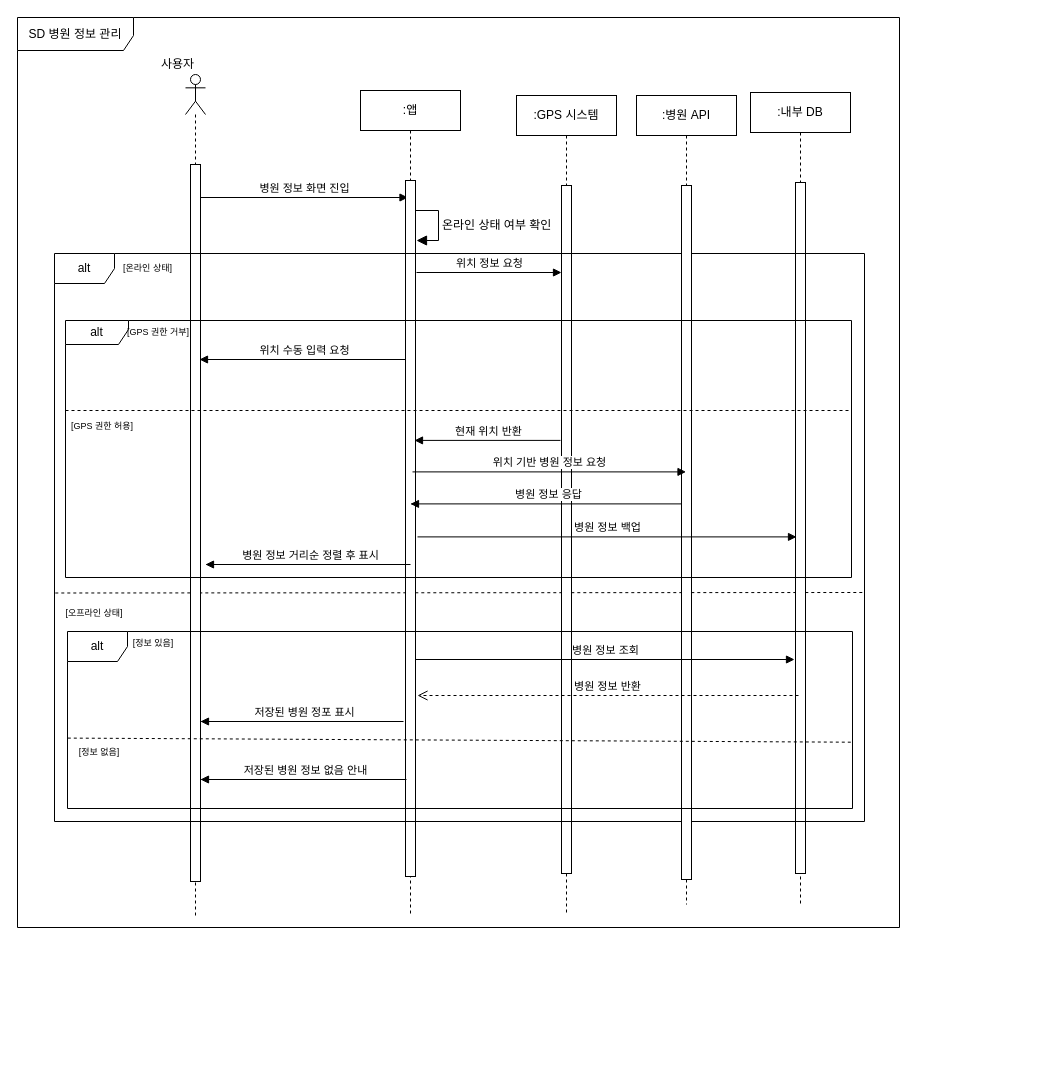
The draw.io diagram page "병원 정보 관리" (5 of 8) of sd.drawio in wnthsk/sejujun, before the edit. Source tidied: cells renumbered, new cells numbered last; positions are measured from the earlier drawing's top-left corner, leaving out a move shared by most shapes. Both pictures are drawn from the tidied source at 100%, with x=0, y=0 at pixel (17, 17).
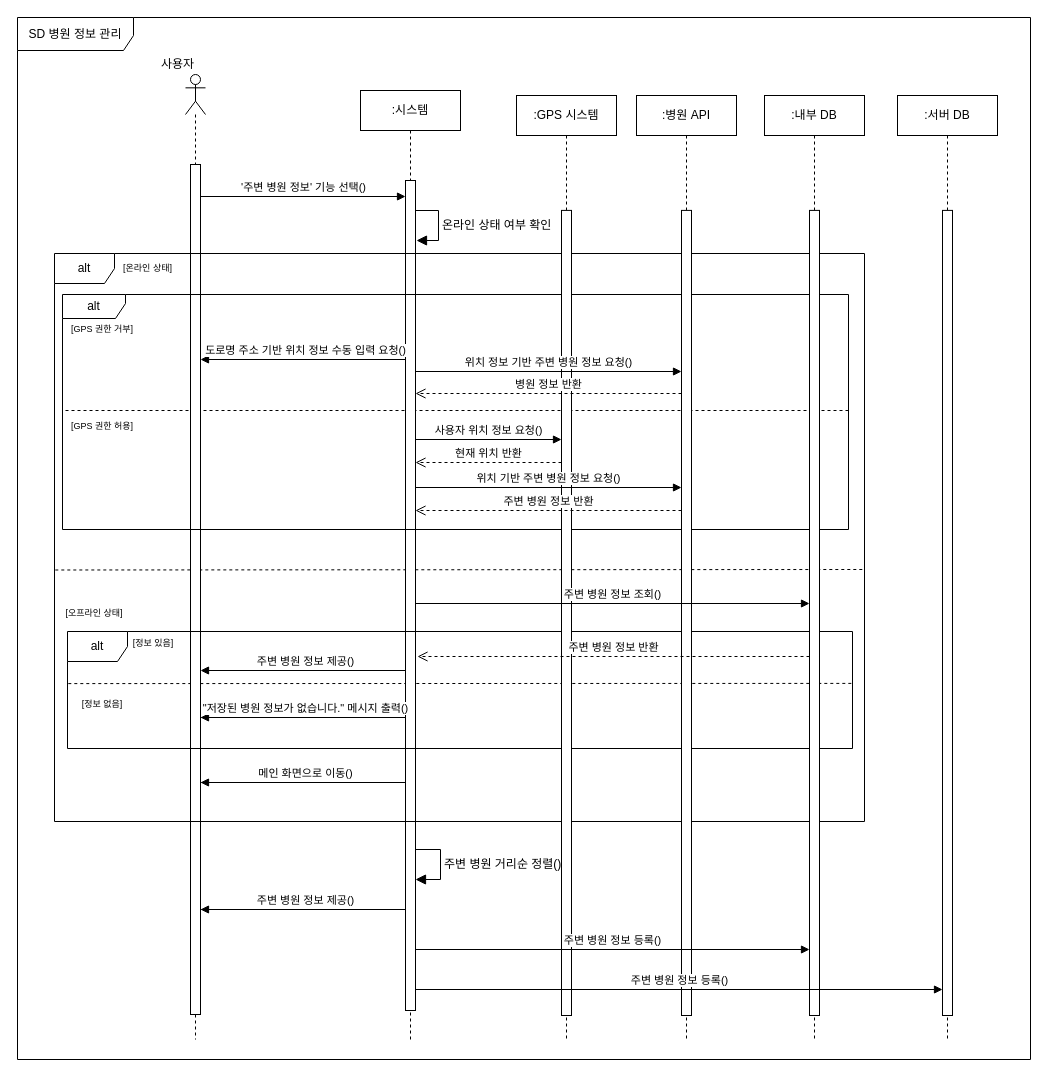
The same diagram, later.

What changed in the source:
```diff
@@
+    <mxCell id="34" style="endArrow=none;dashed=1;html=1;rounded=0;entryX=1;entryY=0.393;entryDx=0;entryDy=0;entryPerimeter=0;" parent="1" edge="1">
+      <mxGeometry relative="1" as="geometry">
+        <mxPoint x="48" y="393" as="sourcePoint" />
+        <mxPoint x="831.2" y="393" as="targetPoint" />
+      </mxGeometry>
+    </mxCell>
+    <mxCell id="28" style="endArrow=none;dashed=1;html=1;rounded=0;exitX=0.001;exitY=0.3;exitDx=0;exitDy=0;exitPerimeter=0;entryX=1;entryY=0.298;entryDx=0;entryDy=0;entryPerimeter=0;" parent="1" edge="1">
+      <mxGeometry relative="1" as="geometry">
+        <mxPoint x="50.8" y="666.1" as="sourcePoint" />
+        <mxPoint x="835" y="665.9" as="targetPoint" />
+      </mxGeometry>
+    </mxCell>
     <mxCell id="2" value="SD 병원 정보 관리" style="shape=umlFrame;whiteSpace=wrap;html=1;width=116;height=33;" parent="1" vertex="1">
-      <mxGeometry width="882" height="910" as="geometry" />
+      <mxGeometry width="1013" height="1042" as="geometry" />
     </mxCell>
@@
-    <mxCell id="4" value="병원 정보 화면 진입" style="html=1;verticalAlign=bottom;endArrow=block;curved=0;rounded=0;" parent="1" edge="1" source="11">
+    <mxCell id="4" value="&lt;br&gt;&lt;div&gt;'주변 병원 정보' 기능 선택()&lt;/div&gt;" style="html=1;verticalAlign=bottom;endArrow=block;curved=0;rounded=0;entryX=0;entryY=0;entryDx=0;entryDy=5;entryPerimeter=0;" parent="1" edge="1">
       <mxGeometry relative="1" as="geometry">
-        <mxPoint x="390.5" y="180" as="targetPoint" />
+        <mxPoint x="183" y="179" as="sourcePoint" />
+        <mxPoint x="388" y="179" as="targetPoint" />
       </mxGeometry>
     </mxCell>
     <mxCell id="5" style="endArrow=none;dashed=1;html=1;rounded=0;exitX=0.001;exitY=0.394;exitDx=0;exitDy=0;exitPerimeter=0;entryX=1;entryY=0.393;entryDx=0;entryDy=0;entryPerimeter=0;" parent="1" edge="1">
       <mxGeometry relative="1" as="geometry">
-        <mxPoint x="37.8" y="575.5" as="sourcePoint" />
-        <mxPoint x="847" y="575" as="targetPoint" />
+        <mxPoint x="37.8" y="552.5" as="sourcePoint" />
+        <mxPoint x="847" y="552" as="targetPoint" />
       </mxGeometry>
     </mxCell>
@@
-    <mxCell id="7" value=":앱" style="shape=umlLifeline;perimeter=lifelinePerimeter;whiteSpace=wrap;html=1;newEdgeStyle={&quot;curved&quot;:0,&quot;rounded&quot;:0};" parent="1" vertex="1">
-      <mxGeometry x="343" y="73" width="100" height="823" as="geometry" />
+    <mxCell id="7" value=":시스템" style="shape=umlLifeline;perimeter=lifelinePerimeter;whiteSpace=wrap;html=1;newEdgeStyle={&quot;curved&quot;:0,&quot;rounded&quot;:0};" parent="1" vertex="1">
+      <mxGeometry x="343" y="73" width="100" height="949" as="geometry" />
     </mxCell>
     <mxCell id="8" style="html=1;points=[[0,0,0,0,5],[0,1,0,0,-5],[1,0,0,0,5],[1,1,0,0,-5]];perimeter=orthogonalPerimeter;outlineConnect=0;targetShapes=umlLifeline;portConstraint=eastwest;newEdgeStyle={&quot;curved&quot;:0,&quot;rounded&quot;:0};" parent="7" vertex="1">
-      <mxGeometry x="45" y="90" width="10" height="696" as="geometry" />
+      <mxGeometry x="45" y="90" width="10" height="830" as="geometry" />
     </mxCell>
@@
+    <mxCell id="39" value="주변 병원 거리순 정렬()" style="html=1;align=left;spacingLeft=2;endArrow=block;rounded=0;edgeStyle=orthogonalEdgeStyle;curved=0;rounded=0;fontSize=12;startSize=8;endSize=8;" parent="7" edge="1" source="8" target="8">
+      <mxGeometry relative="1" as="geometry">
+        <Array as="points">
+          <mxPoint x="80" y="759" />
+          <mxPoint x="80" y="789" />
+        </Array>
+      </mxGeometry>
+    </mxCell>
     <mxCell id="10" style="shape=umlLifeline;perimeter=lifelinePerimeter;whiteSpace=wrap;html=1;newEdgeStyle={&quot;curved&quot;:0,&quot;rounded&quot;:0};participant=umlActor;size=40;" parent="1" vertex="1">
-      <mxGeometry x="168" y="57" width="20" height="842" as="geometry" />
+      <mxGeometry x="168" y="57" width="20" height="965" as="geometry" />
     </mxCell>
     <mxCell id="11" style="html=1;points=[[0,0,0,0,5],[0,1,0,0,-5],[1,0,0,0,5],[1,1,0,0,-5]];perimeter=orthogonalPerimeter;outlineConnect=0;targetShapes=umlLifeline;portConstraint=eastwest;newEdgeStyle={&quot;curved&quot;:0,&quot;rounded&quot;:0};" parent="10" vertex="1">
-      <mxGeometry x="5" y="90" width="10" height="717" as="geometry" />
+      <mxGeometry x="5" y="90" width="10" height="850" as="geometry" />
     </mxCell>
-    <mxCell id="12" value=":GPS 시스템" style="shape=umlLifeline;perimeter=lifelinePerimeter;whiteSpace=wrap;html=1;newEdgeStyle={&quot;curved&quot;:0,&quot;rounded&quot;:0};" parent="1" vertex="1">
-      <mxGeometry x="499" y="78" width="100" height="818" as="geometry" />
-    </mxCell>
-    <mxCell id="13" style="html=1;points=[[0,0,0,0,5],[0,1,0,0,-5],[1,0,0,0,5],[1,1,0,0,-5]];perimeter=orthogonalPerimeter;outlineConnect=0;targetShapes=umlLifeline;portConstraint=eastwest;newEdgeStyle={&quot;curved&quot;:0,&quot;rounded&quot;:0};" parent="12" vertex="1">
-      <mxGeometry x="45" y="90" width="10" height="688" as="geometry" />
-    </mxCell>
-    <mxCell id="14" value=":내부 DB" style="shape=umlLifeline;perimeter=lifelinePerimeter;whiteSpace=wrap;html=1;newEdgeStyle={&quot;curved&quot;:0,&quot;rounded&quot;:0};" parent="1" vertex="1">
-      <mxGeometry x="733" y="75" width="100" height="814" as="geometry" />
-    </mxCell>
-    <mxCell id="15" style="html=1;points=[[0,0,0,0,5],[0,1,0,0,-5],[1,0,0,0,5],[1,1,0,0,-5]];perimeter=orthogonalPerimeter;outlineConnect=0;targetShapes=umlLifeline;portConstraint=eastwest;newEdgeStyle={&quot;curved&quot;:0,&quot;rounded&quot;:0};" parent="14" vertex="1">
-      <mxGeometry x="45" y="90" width="10" height="691" as="geometry" />
-    </mxCell>
@@
-    <mxCell id="17" value=":병원 API" style="shape=umlLifeline;perimeter=lifelinePerimeter;whiteSpace=wrap;html=1;newEdgeStyle={&quot;curved&quot;:0,&quot;rounded&quot;:0};" parent="1" vertex="1">
-      <mxGeometry x="619" y="78" width="100" height="809" as="geometry" />
-    </mxCell>
-    <mxCell id="18" style="html=1;perimeter=orthogonalPerimeter;targetShapes=umlLifeline;newEdgeStyle={&quot;curved&quot;:0,&quot;rounded&quot;:0};" parent="17" vertex="1">
-      <mxGeometry x="45" y="90" width="10" height="694" as="geometry" />
-    </mxCell>
-    <mxCell id="19" value="위치 정보 요청" style="html=1;verticalAlign=bottom;endArrow=block;curved=0;rounded=0;" parent="1" edge="1" target="13">
-      <mxGeometry relative="1" as="geometry">
-        <mxPoint x="399" y="255" as="sourcePoint" />
-      </mxGeometry>
-    </mxCell>
-    <mxCell id="20" value="현재 위치 반환" style="html=1;verticalAlign=bottom;endArrow=block;curved=0;rounded=0;" parent="1" edge="1">
-      <mxGeometry x="-0.02" relative="1" as="geometry">
-        <mxPoint x="543" y="422.9" as="sourcePoint" />
-        <mxPoint x="397" y="422.9" as="targetPoint" />
-      </mxGeometry>
-    </mxCell>
-    <mxCell id="21" value="위치 기반 병원 정보 요청" style="html=1;verticalAlign=bottom;endArrow=block;curved=0;rounded=0;" parent="1" edge="1">
-      <mxGeometry relative="1" as="geometry">
-        <mxPoint x="395" y="454.4" as="sourcePoint" />
-        <mxPoint x="668.5" y="454.4" as="targetPoint" />
-      </mxGeometry>
-    </mxCell>
-    <mxCell id="22" value="병원 정보 응답" style="html=1;verticalAlign=bottom;endArrow=block;curved=0;rounded=0;" parent="1" edge="1">
-      <mxGeometry x="-0.02" relative="1" as="geometry">
-        <mxPoint x="663.5" y="486.4" as="sourcePoint" />
-        <mxPoint x="393" y="486.4" as="targetPoint" />
-        <Array as="points">
-          <mxPoint x="394" y="486.4" />
-        </Array>
-      </mxGeometry>
-    </mxCell>
-    <mxCell id="23" value="병원 정보 거리순 정렬 후 표시" style="html=1;verticalAlign=bottom;endArrow=block;curved=0;rounded=0;" parent="1" edge="1">
+    <mxCell id="23" value="주변 병원 정보 제공()" style="html=1;verticalAlign=bottom;endArrow=block;curved=0;rounded=0;" parent="1" edge="1">
       <mxGeometry x="-0.02" relative="1" as="geometry">
-        <mxPoint x="393" y="547" as="sourcePoint" />
-        <mxPoint x="188" y="547" as="targetPoint" />
+        <mxPoint x="388" y="892" as="sourcePoint" />
+        <mxPoint x="183" y="892" as="targetPoint" />
         <Array as="points">
-          <mxPoint x="189" y="547" />
+          <mxPoint x="184" y="892" />
         </Array>
       </mxGeometry>
     </mxCell>
-    <mxCell id="24" value="병원 정보 백업" style="html=1;verticalAlign=bottom;endArrow=block;curved=0;rounded=0;" parent="1" edge="1">
-      <mxGeometry relative="1" as="geometry">
-        <mxPoint x="400" y="519.4" as="sourcePoint" />
-        <mxPoint x="779" y="519.4" as="targetPoint" />
-      </mxGeometry>
-    </mxCell>
@@
     <mxCell id="26" value="alt" style="shape=umlFrame;whiteSpace=wrap;html=1;" parent="1" vertex="1">
-      <mxGeometry x="50" y="614" width="785" height="177" as="geometry" />
+      <mxGeometry x="50" y="614" width="785" height="117" as="geometry" />
     </mxCell>
-    <mxCell id="27" value="저장된 병원 정포 표시" style="html=1;verticalAlign=bottom;endArrow=block;curved=0;rounded=0;" parent="1" edge="1">
-      <mxGeometry x="-0.02" relative="1" as="geometry">
-        <mxPoint x="386" y="704" as="sourcePoint" />
-        <mxPoint x="183" y="704" as="targetPoint" />
-        <Array as="points">
-          <mxPoint x="184" y="704" />
-        </Array>
-      </mxGeometry>
-    </mxCell>
-    <mxCell id="28" style="endArrow=none;dashed=1;html=1;rounded=0;exitX=0.008;exitY=0.512;exitDx=0;exitDy=0;exitPerimeter=0;entryX=1.008;entryY=0.535;entryDx=0;entryDy=0;entryPerimeter=0;" parent="1" edge="1">
-      <mxGeometry relative="1" as="geometry">
-        <mxPoint x="50.3" y="720.6" as="sourcePoint" />
-        <mxPoint x="835.3" y="724.7" as="targetPoint" />
-      </mxGeometry>
-    </mxCell>
-    <mxCell id="29" value="저장된 병원 정보 없음 안내" style="html=1;verticalAlign=bottom;endArrow=block;curved=0;rounded=0;" parent="1" edge="1">
+    <mxCell id="29" value="&quot;저장된 병원 정보가 없습니다.&quot; 메시지 출력()" style="html=1;verticalAlign=bottom;endArrow=block;curved=0;rounded=0;" parent="1" edge="1" source="8" target="11">
       <mxGeometry x="-0.02" relative="1" as="geometry">
-        <mxPoint x="389" y="762" as="sourcePoint" />
-        <mxPoint x="183" y="762" as="targetPoint" />
         <Array as="points">
-          <mxPoint x="184" y="762" />
+          <mxPoint x="184" y="700" />
         </Array>
       </mxGeometry>
     </mxCell>
@@
     <mxCell id="31" value="[정보 없음]" style="text;html=1;align=center;verticalAlign=middle;whiteSpace=wrap;rounded=0;fontSize=9;" parent="1" vertex="1">
-      <mxGeometry x="50" y="720" width="64" height="30" as="geometry" />
+      <mxGeometry x="53" y="672" width="64" height="30" as="geometry" />
     </mxCell>
     <mxCell id="32" value="alt" style="shape=umlFrame;whiteSpace=wrap;html=1;width=63;height=24;" parent="1" vertex="1">
-      <mxGeometry x="48" y="303" width="786" height="257" as="geometry" />
+      <mxGeometry x="45" y="277" width="786" height="235" as="geometry" />
     </mxCell>
-    <mxCell id="33" value="위치 수동 입력 요청" style="html=1;verticalAlign=bottom;endArrow=block;curved=0;rounded=0;" parent="1" edge="1">
+    <mxCell id="33" value="도로명 주소 기반 위치 정보 수동 입력 요청()" style="html=1;verticalAlign=bottom;endArrow=block;curved=0;rounded=0;" parent="1" edge="1" target="11">
       <mxGeometry x="-0.02" relative="1" as="geometry">
         <mxPoint x="388" y="342" as="sourcePoint" />
-        <mxPoint x="182" y="342" as="targetPoint" />
         <Array as="points">
           <mxPoint x="183" y="342" />
         </Array>
       </mxGeometry>
     </mxCell>
-    <mxCell id="34" style="endArrow=none;dashed=1;html=1;rounded=0;entryX=1;entryY=0.393;entryDx=0;entryDy=0;entryPerimeter=0;" parent="1" edge="1">
-      <mxGeometry relative="1" as="geometry">
-        <mxPoint x="48" y="393" as="sourcePoint" />
-        <mxPoint x="831.2" y="393" as="targetPoint" />
-      </mxGeometry>
-    </mxCell>
     <mxCell id="35" value="[GPS 권한 거부]" style="text;html=1;align=center;verticalAlign=middle;whiteSpace=wrap;rounded=0;fontSize=9;" parent="1" vertex="1">
-      <mxGeometry x="104" y="300" width="74" height="30" as="geometry" />
+      <mxGeometry x="48" y="297" width="74" height="30" as="geometry" />
     </mxCell>
@@
+    <mxCell id="40" value="사용자 위치 정보 요청()" style="html=1;verticalAlign=bottom;endArrow=block;curved=0;rounded=0;" parent="1" edge="1">
+      <mxGeometry relative="1" as="geometry">
+        <mxPoint x="398" y="422" as="sourcePoint" />
+        <mxPoint x="544" y="422" as="targetPoint" />
+      </mxGeometry>
+    </mxCell>
+    <mxCell id="20" value="현재 위치 반환" style="html=1;verticalAlign=bottom;endArrow=open;dashed=1;endSize=8;curved=0;rounded=0;" parent="1" edge="1">
+      <mxGeometry relative="1" as="geometry">
+        <mxPoint x="544" y="445" as="sourcePoint" />
+        <mxPoint x="398" y="445" as="targetPoint" />
+      </mxGeometry>
+    </mxCell>
+    <mxCell id="41" value="메인 화면으로 이동()" style="html=1;verticalAlign=bottom;endArrow=block;curved=0;rounded=0;" parent="1" edge="1" source="8">
+      <mxGeometry x="-0.02" relative="1" as="geometry">
+        <mxPoint x="183" y="765" as="targetPoint" />
+        <Array as="points">
+          <mxPoint x="184" y="765" />
+        </Array>
+      </mxGeometry>
+    </mxCell>
+    <mxCell id="42" value="주변 병원 정보 제공()" style="html=1;verticalAlign=bottom;endArrow=block;curved=0;rounded=0;" parent="1" edge="1">
+      <mxGeometry x="-0.02" relative="1" as="geometry">
+        <mxPoint x="388" y="653" as="sourcePoint" />
+        <mxPoint x="183" y="653" as="targetPoint" />
+        <Array as="points">
+          <mxPoint x="183" y="653" />
+        </Array>
+      </mxGeometry>
+    </mxCell>
+    <mxCell id="12" value=":GPS 시스템" style="shape=umlLifeline;perimeter=lifelinePerimeter;whiteSpace=wrap;html=1;newEdgeStyle={&quot;curved&quot;:0,&quot;rounded&quot;:0};" parent="1" vertex="1">
+      <mxGeometry x="499" y="78" width="100" height="944" as="geometry" />
+    </mxCell>
+    <mxCell id="13" style="html=1;points=[[0,0,0,0,5],[0,1,0,0,-5],[1,0,0,0,5],[1,1,0,0,-5]];perimeter=orthogonalPerimeter;outlineConnect=0;targetShapes=umlLifeline;portConstraint=eastwest;newEdgeStyle={&quot;curved&quot;:0,&quot;rounded&quot;:0};" parent="12" vertex="1">
+      <mxGeometry x="45" y="114.9" width="10" height="805.1" as="geometry" />
+    </mxCell>
+    <mxCell id="14" value=":내부 DB" style="shape=umlLifeline;perimeter=lifelinePerimeter;whiteSpace=wrap;html=1;newEdgeStyle={&quot;curved&quot;:0,&quot;rounded&quot;:0};" parent="1" vertex="1">
+      <mxGeometry x="747" y="78" width="100" height="944" as="geometry" />
+    </mxCell>
+    <mxCell id="15" style="html=1;points=[[0,0,0,0,5],[0,1,0,0,-5],[1,0,0,0,5],[1,1,0,0,-5]];perimeter=orthogonalPerimeter;outlineConnect=0;targetShapes=umlLifeline;portConstraint=eastwest;newEdgeStyle={&quot;curved&quot;:0,&quot;rounded&quot;:0};" parent="14" vertex="1">
+      <mxGeometry x="45" y="114.9" width="10" height="805.1" as="geometry" />
+    </mxCell>
+    <mxCell id="17" value=":병원 API" style="shape=umlLifeline;perimeter=lifelinePerimeter;whiteSpace=wrap;html=1;newEdgeStyle={&quot;curved&quot;:0,&quot;rounded&quot;:0};" parent="1" vertex="1">
+      <mxGeometry x="619" y="78" width="100" height="944" as="geometry" />
+    </mxCell>
+    <mxCell id="18" style="html=1;perimeter=orthogonalPerimeter;targetShapes=umlLifeline;newEdgeStyle={&quot;curved&quot;:0,&quot;rounded&quot;:0};" parent="17" vertex="1">
+      <mxGeometry x="45" y="114.9" width="10" height="805.1" as="geometry" />
+    </mxCell>
+    <mxCell id="43" value=":서버 DB" style="shape=umlLifeline;perimeter=lifelinePerimeter;whiteSpace=wrap;html=1;newEdgeStyle={&quot;curved&quot;:0,&quot;rounded&quot;:0};" parent="1" vertex="1">
+      <mxGeometry x="880" y="78" width="100" height="944" as="geometry" />
+    </mxCell>
+    <mxCell id="44" style="html=1;points=[[0,0,0,0,5],[0,1,0,0,-5],[1,0,0,0,5],[1,1,0,0,-5]];perimeter=orthogonalPerimeter;outlineConnect=0;targetShapes=umlLifeline;portConstraint=eastwest;newEdgeStyle={&quot;curved&quot;:0,&quot;rounded&quot;:0};" parent="43" vertex="1">
+      <mxGeometry x="45" y="114.9" width="10" height="805.1" as="geometry" />
+    </mxCell>
+    <mxCell id="45" value="주변 병원 정보 반환" style="html=1;verticalAlign=bottom;endArrow=open;dashed=1;endSize=8;curved=0;rounded=0;" parent="1" edge="1">
+      <mxGeometry relative="1" as="geometry">
+        <mxPoint x="664" y="493" as="sourcePoint" />
+        <mxPoint x="398" y="493" as="targetPoint" />
+      </mxGeometry>
+    </mxCell>
+    <mxCell id="21" value="위치 기반 주변 병원 정보 요청()" style="html=1;verticalAlign=bottom;endArrow=block;curved=0;rounded=0;" parent="1" edge="1">
+      <mxGeometry relative="1" as="geometry">
+        <mxPoint x="398" y="470" as="sourcePoint" />
+        <mxPoint x="664" y="470" as="targetPoint" />
+      </mxGeometry>
+    </mxCell>
+    <mxCell id="46" value="위치 정보 기반 주변 병원 정보 요청()" style="html=1;verticalAlign=bottom;endArrow=block;curved=0;rounded=0;" parent="1" edge="1">
+      <mxGeometry relative="1" as="geometry">
+        <mxPoint x="398" y="354" as="sourcePoint" />
+        <mxPoint x="664" y="354" as="targetPoint" />
+      </mxGeometry>
+    </mxCell>
+    <mxCell id="38" value="주변 병원 정보 반환" style="html=1;verticalAlign=bottom;endArrow=open;dashed=1;endSize=8;curved=0;rounded=0;" parent="1" edge="1" source="15">
+      <mxGeometry relative="1" as="geometry">
+        <mxPoint x="400" y="639" as="targetPoint" />
+      </mxGeometry>
+    </mxCell>
-    <mxCell id="37" value="병원 정보 조회" style="html=1;verticalAlign=bottom;endArrow=block;curved=0;rounded=0;" parent="1" edge="1">
+    <mxCell id="37" value="주변 병원 정보 조회()" style="html=1;verticalAlign=bottom;endArrow=block;curved=0;rounded=0;" parent="1" edge="1">
       <mxGeometry relative="1" as="geometry">
-        <mxPoint x="398" y="642" as="sourcePoint" />
-        <mxPoint x="777" y="642" as="targetPoint" />
+        <mxPoint x="398" y="586" as="sourcePoint" />
+        <mxPoint x="792" y="586" as="targetPoint" />
       </mxGeometry>
     </mxCell>
-    <mxCell id="38" value="병원 정보 반환" style="html=1;verticalAlign=bottom;endArrow=open;dashed=1;endSize=8;curved=0;rounded=0;" parent="1" edge="1">
-      <mxGeometry relative="1" as="geometry">
-        <mxPoint x="781" y="678" as="sourcePoint" />
-        <mxPoint x="400" y="678" as="targetPoint" />
-      </mxGeometry>
-    </mxCell>
+    <mxCell id="47" value="주변 병원 정보 등록()" style="html=1;verticalAlign=bottom;endArrow=block;curved=0;rounded=0;" parent="1" edge="1">
+      <mxGeometry relative="1" as="geometry">
+        <mxPoint x="398" y="932" as="sourcePoint" />
+        <mxPoint x="792" y="932" as="targetPoint" />
+      </mxGeometry>
+    </mxCell>
+    <mxCell id="48" value="주변 병원 정보 등록()" style="html=1;verticalAlign=bottom;endArrow=block;curved=0;rounded=0;" parent="1" edge="1" target="44">
+      <mxGeometry relative="1" as="geometry">
+        <mxPoint x="398" y="972" as="sourcePoint" />
+      </mxGeometry>
+    </mxCell>
+    <mxCell id="49" value="병원 정보 반환" style="html=1;verticalAlign=bottom;endArrow=open;dashed=1;endSize=8;curved=0;rounded=0;" parent="1" edge="1">
+      <mxGeometry relative="1" as="geometry">
+        <mxPoint x="664" y="376" as="sourcePoint" />
+        <mxPoint x="398" y="376" as="targetPoint" />
+      </mxGeometry>
+    </mxCell>
```
